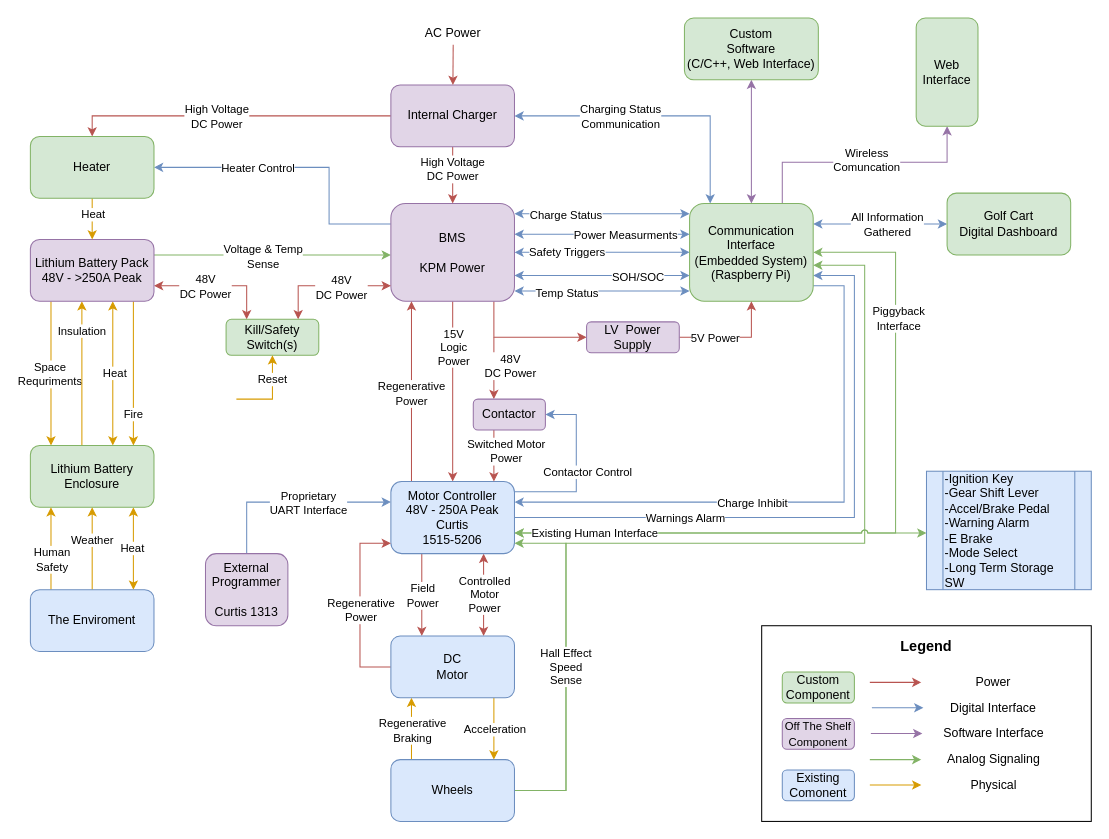
Earlier version of the draw.io diagram Diagrams/FSD v1.1.drawio (khallman97/ENG4000). Source tidied: cells renumbered, new cells numbered last; positions are measured from the earlier drawing's top-left corner, leaving out a move shared by most shapes. Both pictures are drawn from the tidied source at 103%, with x=0, y=0 at pixel (30, 18).
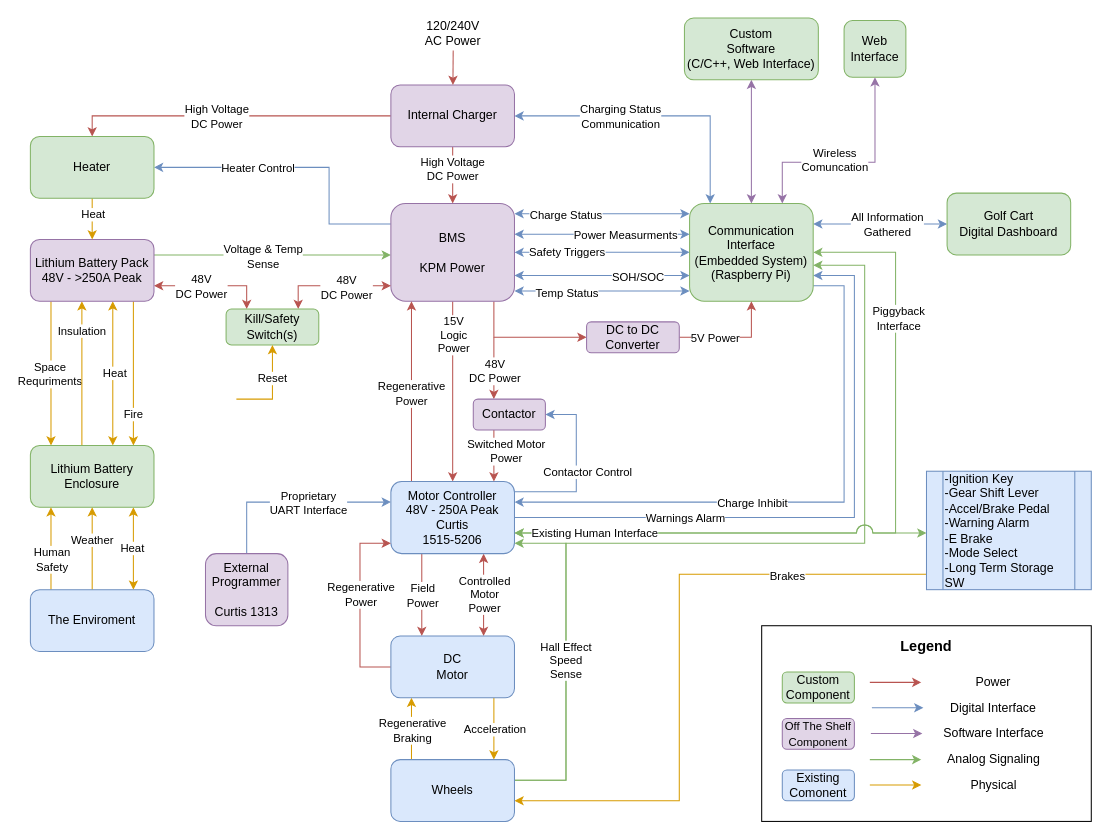
Above is the later version.

The change refers to these unchanged cells:
```xml
<mxCell id="29" value="&lt;div&gt;BMS&lt;/div&gt;&lt;div&gt;&lt;br&gt;&lt;/div&gt;&lt;div&gt;KPM Power&lt;br&gt;&lt;/div&gt;" style="rounded=1;whiteSpace=wrap;html=1;fillColor=#e1d5e7;strokeColor=#9673a6;" parent="1" vertex="1">
  <mxGeometry x="350" y="180" width="120" height="95" as="geometry" />
</mxCell>
<mxCell id="53" value="&lt;div&gt;Communication Interface&lt;/div&gt;&lt;div&gt;(Embedded System)&lt;/div&gt;&lt;div&gt;(Raspberry Pi) &lt;br&gt;&lt;/div&gt;" style="rounded=1;whiteSpace=wrap;html=1;fillColor=#d5e8d4;strokeColor=#82b366;" parent="1" vertex="1">
  <mxGeometry x="640" y="180" width="120" height="95" as="geometry" />
</mxCell>
<mxCell id="54" style="edgeStyle=orthogonalEdgeStyle;rounded=0;jettySize=auto;html=1;startArrow=classic;startFill=1;endArrow=none;endFill=0;fillColor=#f8cecc;strokeColor=#b85450;" parent="1" edge="1" source="115">
  <mxGeometry relative="1" as="geometry">
    <mxPoint x="450" y="310" as="targetPoint" />
    <Array as="points">
      <mxPoint x="450" y="360" />
      <mxPoint x="450" y="360" />
    </Array>
  </mxGeometry>
</mxCell>
<mxCell id="64" value="&lt;div&gt;Motor Controller&lt;/div&gt;&lt;div&gt;48V - 250A Peak&lt;br&gt;&lt;/div&gt;&lt;div&gt;Curtis&lt;/div&gt;&lt;div&gt;1515-5206&lt;br&gt;&lt;/div&gt;" style="rounded=1;whiteSpace=wrap;html=1;fillColor=#dae8fc;strokeColor=#6c8ebf;" parent="1" vertex="1">
  <mxGeometry x="350" y="450" width="120" height="70" as="geometry" />
</mxCell>
<mxCell id="69" style="edgeStyle=orthogonalEdgeStyle;rounded=0;sketch=0;jettySize=auto;html=1;startArrow=none;startFill=0;endArrow=classic;endFill=1;fillColor=#f8cecc;strokeColor=#b85450;" parent="1" edge="1" source="71" target="64">
  <mxGeometry relative="1" as="geometry">
    <Array as="points">
      <mxPoint x="320" y="630" />
      <mxPoint x="320" y="510" />
    </Array>
  </mxGeometry>
</mxCell>
<mxCell id="107" style="edgeStyle=orthogonalEdgeStyle;rounded=0;jettySize=auto;html=1;fillColor=#ffe6cc;strokeColor=#d79b00;" parent="1" edge="1" target="85">
  <mxGeometry relative="1" as="geometry">
    <mxPoint x="210" y="370" as="sourcePoint" />
    <Array as="points">
      <mxPoint x="200" y="370" />
      <mxPoint x="235" y="370" />
    </Array>
  </mxGeometry>
</mxCell>
<mxCell id="109" value="&lt;div&gt;-Ignition Key&lt;br&gt;&lt;/div&gt;&lt;div&gt;-Gear Shift Lever&lt;/div&gt;&lt;div&gt;-Accel/Brake Pedal&lt;br&gt;&lt;/div&gt;&lt;div&gt;-Warning Alarm&lt;/div&gt;&lt;div&gt;-E Brake&lt;br&gt;&lt;/div&gt;&lt;div&gt;-Mode Select&lt;/div&gt;&lt;div&gt;-Long Term Storage SW&lt;br&gt;&lt;/div&gt;" style="shape=process;whiteSpace=wrap;html=1;backgroundOutline=1;align=left;fillColor=#dae8fc;strokeColor=#6c8ebf;gradientDirection=north;" parent="1" vertex="1">
  <mxGeometry x="870" y="440" width="160" height="115" as="geometry" />
</mxCell>
<mxCell id="112" value="&lt;div align=&quot;center&quot;&gt;Wheels&lt;/div&gt;" style="rounded=1;whiteSpace=wrap;html=1;glass=0;sketch=0;strokeColor=#6c8ebf;align=center;fillColor=#dae8fc;" parent="1" vertex="1">
  <mxGeometry x="350" y="720" width="120" height="60" as="geometry" />
</mxCell>
```

What changed in the source:
```diff
@@
     <mxCell id="2" style="edgeStyle=orthogonalEdgeStyle;rounded=0;jettySize=auto;html=1;startArrow=none;startFill=0;endArrow=classic;endFill=1;fillColor=#d5e8d4;strokeColor=#82b366;jumpStyle=arc;" parent="1" edge="1" source="112" target="53">
       <mxGeometry relative="1" as="geometry">
         <Array as="points">
-          <mxPoint x="520" y="750" />
+          <mxPoint x="520" y="740" />
           <mxPoint x="520" y="510" />
           <mxPoint x="810" y="510" />
           <mxPoint x="810" y="240" />
         </Array>
       </mxGeometry>
     </mxCell>
@@
     <mxCell id="25" style="edgeStyle=orthogonalEdgeStyle;rounded=0;jumpStyle=arc;jettySize=auto;html=1;startArrow=none;startFill=0;endArrow=classic;endFill=1;fillColor=#f8cecc;strokeColor=#b85450;" parent="1" edge="1" source="29" target="64">
-      <mxGeometry relative="1" as="geometry" />
+      <mxGeometry relative="1" as="geometry">
+        <Array as="points">
+          <mxPoint x="410" y="350" />
+          <mxPoint x="410" y="350" />
+        </Array>
+      </mxGeometry>
     </mxCell>
     <mxCell id="26" value="&lt;div&gt;15V&lt;br&gt;&lt;/div&gt;&lt;div&gt;Logic&lt;/div&gt;&lt;div&gt;Power&lt;br&gt;&lt;/div&gt;" style="edgeLabel;html=1;align=center;verticalAlign=middle;" parent="25" vertex="1">
       <mxGeometry x="0.25" y="-1" relative="1" as="geometry">
-        <mxPoint x="1" y="-65" as="offset" />
+        <mxPoint x="1" y="-77" as="offset" />
       </mxGeometry>
     </mxCell>
@@
-    <mxCell id="47" style="edgeStyle=orthogonalEdgeStyle;rounded=0;jumpStyle=arc;jettySize=auto;html=1;startArrow=none;startFill=0;endArrow=classic;endFill=1;fillColor=#e1d5e7;strokeColor=#9673a6;" parent="1" edge="1" source="53" target="116">
+    <mxCell id="47" style="edgeStyle=orthogonalEdgeStyle;rounded=0;jumpStyle=arc;jettySize=auto;html=1;startArrow=classic;startFill=1;endArrow=classic;endFill=1;fillColor=#e1d5e7;strokeColor=#9673a6;" parent="1" edge="1" source="53" target="116">
       <mxGeometry relative="1" as="geometry">
         <Array as="points">
           <mxPoint x="730" y="140" />
-          <mxPoint x="890" y="140" />
+          <mxPoint x="820" y="140" />
         </Array>
       </mxGeometry>
     </mxCell>
     <mxCell id="48" value="&lt;div&gt;Wireless&lt;/div&gt;&lt;div&gt;Comuncation&lt;br&gt;&lt;/div&gt;" style="edgeLabel;html=1;align=center;verticalAlign=middle;" parent="47" vertex="1">
       <mxGeometry x="-0.22" y="3" relative="1" as="geometry">
-        <mxPoint x="29" as="offset" />
+        <mxPoint x="7.5" as="offset" />
       </mxGeometry>
     </mxCell>
-    <mxCell id="49" style="edgeStyle=orthogonalEdgeStyle;rounded=0;jumpStyle=arc;jettySize=auto;html=1;startArrow=classic;startFill=1;endArrow=classic;endFill=1;fillColor=#d5e8d4;strokeColor=#82b366;" parent="1" edge="1" source="53" target="64">
+    <mxCell id="49" style="edgeStyle=orthogonalEdgeStyle;rounded=0;jumpStyle=arc;jettySize=auto;html=1;startArrow=classic;startFill=1;endArrow=classic;endFill=1;fillColor=#d5e8d4;strokeColor=#82b366;jumpSize=16;" parent="1" edge="1" source="53" target="64">
       <mxGeometry relative="1" as="geometry">
         <Array as="points">
           <mxPoint x="840" y="227" />
           <mxPoint x="840" y="500" />
         </Array>
       </mxGeometry>
     </mxCell>
@@
     <mxCell id="55" value="&lt;div&gt;48V&lt;/div&gt;&lt;div&gt;DC Power&lt;/div&gt;" style="edgeLabel;html=1;align=center;verticalAlign=middle;" parent="54" vertex="1">
       <mxGeometry x="-0.33" y="3" relative="1" as="geometry">
-        <mxPoint x="18" y="-12.9" as="offset" />
+        <mxPoint x="3" y="-7.9" as="offset" />
       </mxGeometry>
     </mxCell>
@@
     <mxCell id="70" value="&lt;div&gt;Regenerative&lt;/div&gt;&lt;div&gt;Power&lt;br&gt;&lt;/div&gt;" style="edgeLabel;html=1;align=center;verticalAlign=middle;" parent="69" vertex="1">
       <mxGeometry x="0.31" relative="1" as="geometry">
-        <mxPoint y="32.6" as="offset" />
+        <mxPoint y="17.6" as="offset" />
       </mxGeometry>
     </mxCell>
@@
-    <mxCell id="72" style="edgeStyle=orthogonalEdgeStyle;rounded=0;jettySize=auto;html=1;startArrow=classic;startFill=1;fillColor=#d5e8d4;strokeColor=#82b366;jumpStyle=arc;" parent="1" edge="1" source="64" target="109">
+    <mxCell id="72" style="edgeStyle=orthogonalEdgeStyle;rounded=0;jettySize=auto;html=1;startArrow=classic;startFill=1;fillColor=#d5e8d4;strokeColor=#82b366;jumpStyle=arc;jumpSize=16;" parent="1" edge="1" source="64" target="109">
       <mxGeometry relative="1" as="geometry">
         <Array as="points">
           <mxPoint x="670" y="500" />
           <mxPoint x="670" y="500" />
         </Array>
       </mxGeometry>
     </mxCell>
@@
-    <mxCell id="77" value="LV&amp;nbsp; Power Supply" style="rounded=1;whiteSpace=wrap;html=1;align=center;fillColor=#e1d5e7;strokeColor=#9673a6;" parent="1" vertex="1">
+    <mxCell id="77" value="&lt;div&gt;DC to DC&lt;/div&gt;&lt;div&gt;Converter&lt;br&gt;&lt;/div&gt;" style="rounded=1;whiteSpace=wrap;html=1;align=center;fillColor=#e1d5e7;strokeColor=#9673a6;" parent="1" vertex="1">
       <mxGeometry x="540" y="295" width="90" height="30" as="geometry" />
     </mxCell>
@@
     <mxCell id="85" value="&lt;div&gt;Kill/Safety &lt;br&gt;&lt;/div&gt;&lt;div&gt;Switch(s)&lt;/div&gt;" style="rounded=1;whiteSpace=wrap;html=1;fillColor=#d5e8d4;align=center;strokeColor=#82b366;" parent="1" vertex="1">
-      <mxGeometry x="190" y="292.5" width="90" height="35" as="geometry" />
+      <mxGeometry x="190" y="282.5" width="90" height="35" as="geometry" />
     </mxCell>
@@
-    <mxCell id="90" value="AC Power" style="text;html=1;align=center;verticalAlign=middle;points=[];" parent="1" vertex="1">
-      <mxGeometry x="375" y="5" width="70" height="20" as="geometry" />
+    <mxCell id="90" value="120/240V&lt;br&gt;&lt;div&gt;AC Power&lt;/div&gt;" style="text;html=1;align=center;verticalAlign=middle;points=[];" parent="1" vertex="1">
+      <mxGeometry x="375" width="70" height="30" as="geometry" />
     </mxCell>
@@
     <mxCell id="108" value="Reset" style="edgeLabel;html=1;align=center;verticalAlign=middle;" parent="107" vertex="1">
       <mxGeometry x="-0.24" relative="1" as="geometry">
-        <mxPoint x="11.7" y="-20" as="offset" />
+        <mxPoint x="7.7" y="-21" as="offset" />
       </mxGeometry>
     </mxCell>
+    <mxCell id="121" style="edgeStyle=orthogonalEdgeStyle;rounded=0;jettySize=auto;html=1;startArrow=none;startFill=0;fillColor=#ffe6cc;strokeColor=#d79b00;" parent="1" edge="1" source="109" target="112">
+      <mxGeometry relative="1" as="geometry">
+        <Array as="points">
+          <mxPoint x="630" y="540" />
+          <mxPoint x="630" y="760" />
+        </Array>
+      </mxGeometry>
+    </mxCell>
+    <mxCell id="122" value="Brakes" style="edgeLabel;html=1;align=center;verticalAlign=middle;" parent="121" vertex="1">
+      <mxGeometry x="-0.56" y="1" relative="1" as="geometry" />
+    </mxCell>
@@
     <mxCell id="110" style="edgeStyle=orthogonalEdgeStyle;rounded=0;jettySize=auto;html=1;fillColor=#d5e8d4;strokeColor=#82b366;" parent="1" edge="1" source="112" target="64">
       <mxGeometry relative="1" as="geometry">
         <Array as="points">
-          <mxPoint x="520" y="750" />
+          <mxPoint x="520" y="740" />
           <mxPoint x="520" y="510" />
         </Array>
       </mxGeometry>
     </mxCell>
@@
     <mxCell id="116" value="Web Interface" style="rounded=1;whiteSpace=wrap;html=1;fillColor=#d5e8d4;strokeColor=#82b366;" parent="1" vertex="1">
-      <mxGeometry x="860" width="60" height="105" as="geometry" />
+      <mxGeometry x="790" y="2.5" width="60" height="55" as="geometry" />
     </mxCell>
```
